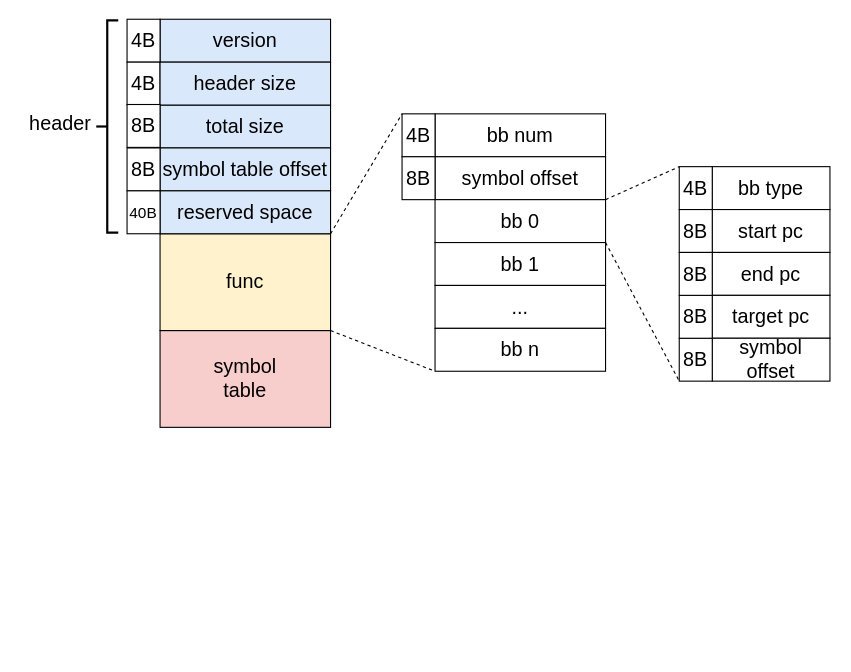
liyp1120/draw.io keeps this draw.io diagram as cfg 二进制布局设计.drawio. Above is the earlier version. Source tidied: cells renumbered, new cells numbered last; positions are measured from the earlier drawing's top-left corner, leaving out a move shared by most shapes. Both pictures are drawn from the tidied source at 110%, with x=0, y=0 at pixel (19, 19).
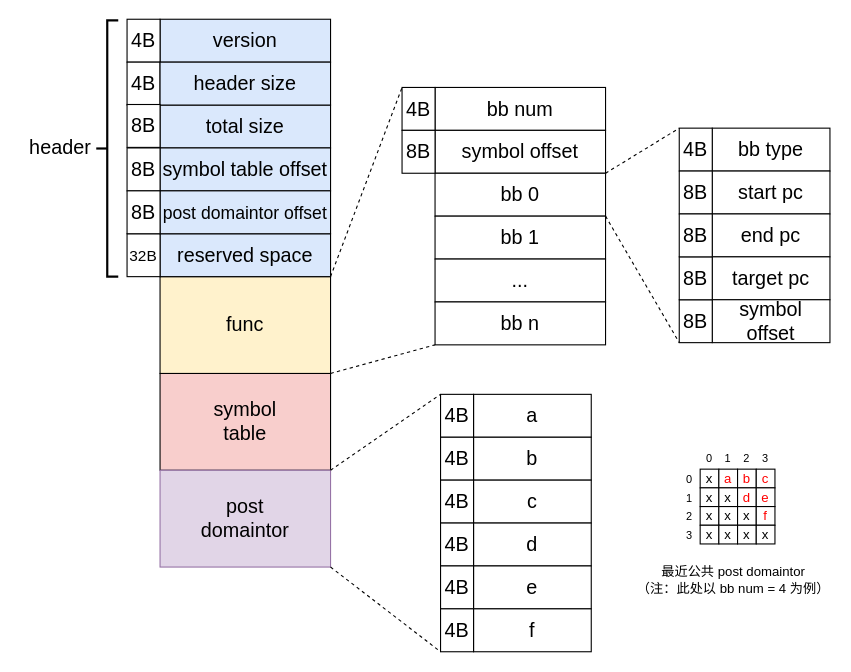
The same diagram, later.

Commit message:
更新cfg 二进制布局设计.drawio

The edit, as a diff of the source:
```diff
@@
     <mxCell id="4" value="&lt;font style=&quot;font-size: 18px;&quot;&gt;bb num&lt;/font&gt;" style="rounded=0;whiteSpace=wrap;html=1;" parent="1" vertex="1">
-      <mxGeometry x="378" y="86" width="155" height="39" as="geometry" />
+      <mxGeometry x="378" y="62" width="155" height="39" as="geometry" />
     </mxCell>
     <mxCell id="5" value="&lt;font style=&quot;font-size: 18px;&quot;&gt;symbol&lt;br&gt;table&lt;br&gt;&lt;/font&gt;" style="rounded=0;whiteSpace=wrap;html=1;fillColor=#f8cecc;strokeColor=default;" parent="1" vertex="1">
-      <mxGeometry x="128" y="283" width="155" height="88" as="geometry" />
+      <mxGeometry x="128" y="322" width="155" height="88" as="geometry" />
     </mxCell>
     <mxCell id="6" value="&lt;font style=&quot;font-size: 18px;&quot;&gt;func&lt;/font&gt;" style="rounded=0;whiteSpace=wrap;html=1;fillColor=#fff2cc;strokeColor=default;" parent="1" vertex="1">
-      <mxGeometry x="128" y="195" width="155" height="88" as="geometry" />
+      <mxGeometry x="128" y="234" width="155" height="88" as="geometry" />
     </mxCell>
     <mxCell id="7" style="strokeWidth=2;html=1;shape=mxgraph.flowchart.annotation_2;align=left;labelPosition=right;" parent="1" vertex="1">
-      <mxGeometry x="70" y="1" width="20" height="193" as="geometry" />
+      <mxGeometry x="70" y="1" width="20" height="233" as="geometry" />
     </mxCell>
     <mxCell id="8" value="&lt;font style=&quot;font-size: 18px;&quot;&gt;header&lt;/font&gt;" style="text;html=1;align=center;verticalAlign=middle;strokeColor=none;fillColor=none;" parent="1" vertex="1">
-      <mxGeometry y="78" width="74" height="34" as="geometry" />
+      <mxGeometry y="100" width="74" height="34" as="geometry" />
     </mxCell>
     <mxCell id="9" value="&lt;font style=&quot;font-size: 18px;&quot;&gt;symbol offset&lt;/font&gt;" style="rounded=0;whiteSpace=wrap;html=1;" parent="1" vertex="1">
-      <mxGeometry x="378" y="125" width="155" height="39" as="geometry" />
+      <mxGeometry x="378" y="101" width="155" height="39" as="geometry" />
     </mxCell>
     <mxCell id="10" value="&lt;font style=&quot;font-size: 18px;&quot;&gt;bb 0&lt;/font&gt;" style="rounded=0;whiteSpace=wrap;html=1;" parent="1" vertex="1">
-      <mxGeometry x="378" y="164" width="155" height="39" as="geometry" />
+      <mxGeometry x="378" y="140" width="155" height="39" as="geometry" />
     </mxCell>
     <mxCell id="11" value="&lt;font style=&quot;font-size: 18px;&quot;&gt;bb 1&lt;/font&gt;" style="rounded=0;whiteSpace=wrap;html=1;" parent="1" vertex="1">
-      <mxGeometry x="378" y="203" width="155" height="39" as="geometry" />
+      <mxGeometry x="378" y="179" width="155" height="39" as="geometry" />
     </mxCell>
     <mxCell id="12" value="&lt;font style=&quot;font-size: 18px;&quot;&gt;...&lt;/font&gt;" style="rounded=0;whiteSpace=wrap;html=1;" parent="1" vertex="1">
-      <mxGeometry x="378" y="242" width="155" height="39" as="geometry" />
+      <mxGeometry x="378" y="218" width="155" height="39" as="geometry" />
     </mxCell>
     <mxCell id="13" value="&lt;font style=&quot;font-size: 18px;&quot;&gt;bb n&lt;/font&gt;" style="rounded=0;whiteSpace=wrap;html=1;" parent="1" vertex="1">
-      <mxGeometry x="378" y="281" width="155" height="39" as="geometry" />
+      <mxGeometry x="378" y="257" width="155" height="39" as="geometry" />
     </mxCell>
     <mxCell id="14" value="&lt;font style=&quot;font-size: 18px;&quot;&gt;bb type&lt;/font&gt;" style="rounded=0;whiteSpace=wrap;html=1;" parent="1" vertex="1">
-      <mxGeometry x="630" y="134" width="107" height="39" as="geometry" />
+      <mxGeometry x="630" y="99" width="107" height="39" as="geometry" />
     </mxCell>
     <mxCell id="15" value="&lt;font style=&quot;font-size: 18px;&quot;&gt;start pc&lt;/font&gt;" style="rounded=0;whiteSpace=wrap;html=1;" parent="1" vertex="1">
-      <mxGeometry x="630" y="173" width="107" height="39" as="geometry" />
+      <mxGeometry x="630" y="138" width="107" height="39" as="geometry" />
     </mxCell>
     <mxCell id="16" value="&lt;font style=&quot;font-size: 18px;&quot;&gt;end pc&lt;/font&gt;" style="rounded=0;whiteSpace=wrap;html=1;" parent="1" vertex="1">
-      <mxGeometry x="630" y="212" width="107" height="39" as="geometry" />
+      <mxGeometry x="630" y="177" width="107" height="39" as="geometry" />
     </mxCell>
     <mxCell id="17" value="&lt;font style=&quot;font-size: 18px;&quot;&gt;target pc&lt;/font&gt;" style="rounded=0;whiteSpace=wrap;html=1;" parent="1" vertex="1">
-      <mxGeometry x="630" y="251" width="107" height="39" as="geometry" />
+      <mxGeometry x="630" y="216" width="107" height="39" as="geometry" />
     </mxCell>
     <mxCell id="18" value="&lt;font style=&quot;font-size: 18px;&quot;&gt;symbol offset&lt;/font&gt;" style="rounded=0;whiteSpace=wrap;html=1;" parent="1" vertex="1">
-      <mxGeometry x="630" y="290" width="107" height="39" as="geometry" />
+      <mxGeometry x="630" y="255" width="107" height="39" as="geometry" />
     </mxCell>
@@
     <mxCell id="22" value="&lt;font style=&quot;font-size: 18px;&quot;&gt;4B&lt;/font&gt;" style="rounded=0;whiteSpace=wrap;html=1;" parent="1" vertex="1">
-      <mxGeometry x="348" y="86" width="30" height="39" as="geometry" />
+      <mxGeometry x="348" y="62" width="30" height="39" as="geometry" />
     </mxCell>
@@
     <mxCell id="24" value="&lt;font style=&quot;font-size: 18px;&quot;&gt;4B&lt;/font&gt;" style="rounded=0;whiteSpace=wrap;html=1;" parent="1" vertex="1">
-      <mxGeometry x="600" y="134" width="30" height="39" as="geometry" />
+      <mxGeometry x="600" y="99" width="30" height="39" as="geometry" />
     </mxCell>
     <mxCell id="25" value="&lt;font style=&quot;font-size: 18px;&quot;&gt;8B&lt;/font&gt;" style="rounded=0;whiteSpace=wrap;html=1;" parent="1" vertex="1">
-      <mxGeometry x="348" y="125" width="30" height="39" as="geometry" />
+      <mxGeometry x="348" y="101" width="30" height="39" as="geometry" />
     </mxCell>
@@
     <mxCell id="28" value="&lt;font style=&quot;font-size: 18px;&quot;&gt;8B&lt;/font&gt;" style="rounded=0;whiteSpace=wrap;html=1;" parent="1" vertex="1">
-      <mxGeometry x="600" y="290" width="30" height="39" as="geometry" />
+      <mxGeometry x="600" y="255" width="30" height="39" as="geometry" />
     </mxCell>
     <mxCell id="29" value="&lt;font style=&quot;font-size: 18px;&quot;&gt;8B&lt;/font&gt;" style="rounded=0;whiteSpace=wrap;html=1;" parent="1" vertex="1">
-      <mxGeometry x="600" y="251" width="30" height="39" as="geometry" />
+      <mxGeometry x="600" y="216" width="30" height="39" as="geometry" />
     </mxCell>
     <mxCell id="30" value="&lt;font style=&quot;font-size: 18px;&quot;&gt;8B&lt;/font&gt;" style="rounded=0;whiteSpace=wrap;html=1;" parent="1" vertex="1">
-      <mxGeometry x="600" y="173" width="30" height="39" as="geometry" />
+      <mxGeometry x="600" y="138" width="30" height="39" as="geometry" />
     </mxCell>
     <mxCell id="31" value="&lt;font style=&quot;font-size: 18px;&quot;&gt;8B&lt;/font&gt;" style="rounded=0;whiteSpace=wrap;html=1;" parent="1" vertex="1">
-      <mxGeometry x="600" y="212" width="30" height="39" as="geometry" />
+      <mxGeometry x="600" y="177" width="30" height="39" as="geometry" />
     </mxCell>
@@
     <mxCell id="36" value="&lt;font style=&quot;font-size: 18px;&quot;&gt;reserved space&lt;/font&gt;" style="rounded=0;whiteSpace=wrap;html=1;fillColor=#dae8fc;strokeColor=default;" parent="1" vertex="1">
-      <mxGeometry x="128" y="156" width="155" height="39" as="geometry" />
+      <mxGeometry x="128" y="195" width="155" height="39" as="geometry" />
     </mxCell>
-    <mxCell id="37" value="&lt;font style=&quot;font-size: 14px;&quot;&gt;40B&lt;/font&gt;" style="rounded=0;whiteSpace=wrap;html=1;" parent="1" vertex="1">
-      <mxGeometry x="98" y="156" width="30" height="39" as="geometry" />
+    <mxCell id="37" value="&lt;font style=&quot;font-size: 14px;&quot;&gt;32B&lt;/font&gt;" style="rounded=0;whiteSpace=wrap;html=1;" parent="1" vertex="1">
+      <mxGeometry x="98" y="195" width="30" height="39" as="geometry" />
     </mxCell>
+    <mxCell id="38" value="&lt;font style=&quot;font-size: 16px;&quot;&gt;post domaintor offset&lt;/font&gt;" style="rounded=0;whiteSpace=wrap;html=1;fillColor=#dae8fc;strokeColor=default;" parent="1" vertex="1">
+      <mxGeometry x="128" y="156" width="155" height="39" as="geometry" />
+    </mxCell>
+    <mxCell id="39" value="&lt;font style=&quot;font-size: 18px;&quot;&gt;8B&lt;/font&gt;" style="rounded=0;whiteSpace=wrap;html=1;" parent="1" vertex="1">
+      <mxGeometry x="98" y="156" width="30" height="39" as="geometry" />
+    </mxCell>
+    <mxCell id="40" value="&lt;font style=&quot;font-size: 18px;&quot;&gt;post&lt;br&gt;domaintor&lt;br&gt;&lt;/font&gt;" style="rounded=0;whiteSpace=wrap;html=1;fillColor=#e1d5e7;strokeColor=#9673a6;" parent="1" vertex="1">
+      <mxGeometry x="128" y="410" width="155" height="88" as="geometry" />
+    </mxCell>
+    <mxCell id="41" style="group;" parent="1" vertex="1">
+      <mxGeometry x="601" y="390" width="86" height="87" as="geometry" />
+    </mxCell>
+    <mxCell id="42" value="x" style="whiteSpace=wrap;html=1;" parent="41" vertex="1">
+      <mxGeometry x="18" y="19" width="17" height="17" as="geometry" />
+    </mxCell>
+    <mxCell id="43" value="&lt;font color=&quot;#ff0000&quot;&gt;a&lt;/font&gt;" style="whiteSpace=wrap;html=1;" parent="41" vertex="1">
+      <mxGeometry x="35" y="19" width="17" height="17" as="geometry" />
+    </mxCell>
+    <mxCell id="44" value="x" style="whiteSpace=wrap;html=1;" parent="41" vertex="1">
+      <mxGeometry x="18" y="36" width="17" height="17" as="geometry" />
+    </mxCell>
+    <mxCell id="45" value="x" style="whiteSpace=wrap;html=1;" parent="41" vertex="1">
+      <mxGeometry x="35" y="36" width="17" height="17" as="geometry" />
+    </mxCell>
+    <mxCell id="46" value="&lt;font color=&quot;#ff0000&quot;&gt;b&lt;/font&gt;" style="whiteSpace=wrap;html=1;" parent="41" vertex="1">
+      <mxGeometry x="52" y="19" width="17" height="17" as="geometry" />
+    </mxCell>
+    <mxCell id="47" value="&lt;font color=&quot;#ff0000&quot;&gt;c&lt;/font&gt;" style="whiteSpace=wrap;html=1;" parent="41" vertex="1">
+      <mxGeometry x="69" y="19" width="17" height="17" as="geometry" />
+    </mxCell>
+    <mxCell id="48" value="&lt;font color=&quot;#ff0000&quot;&gt;d&lt;/font&gt;" style="whiteSpace=wrap;html=1;" parent="41" vertex="1">
+      <mxGeometry x="52" y="36" width="17" height="17" as="geometry" />
+    </mxCell>
+    <mxCell id="49" value="&lt;font color=&quot;#ff0000&quot;&gt;e&lt;/font&gt;" style="whiteSpace=wrap;html=1;" parent="41" vertex="1">
+      <mxGeometry x="69" y="36" width="17" height="17" as="geometry" />
+    </mxCell>
+    <mxCell id="50" value="x" style="whiteSpace=wrap;html=1;" parent="41" vertex="1">
+      <mxGeometry x="18" y="53" width="17" height="17" as="geometry" />
+    </mxCell>
+    <mxCell id="51" value="x" style="whiteSpace=wrap;html=1;" parent="41" vertex="1">
+      <mxGeometry x="35" y="53" width="17" height="17" as="geometry" />
+    </mxCell>
+    <mxCell id="52" value="x" style="whiteSpace=wrap;html=1;" parent="41" vertex="1">
+      <mxGeometry x="18" y="70" width="17" height="17" as="geometry" />
+    </mxCell>
+    <mxCell id="53" value="x" style="whiteSpace=wrap;html=1;" parent="41" vertex="1">
+      <mxGeometry x="35" y="70" width="17" height="17" as="geometry" />
+    </mxCell>
+    <mxCell id="54" value="x" style="whiteSpace=wrap;html=1;" parent="41" vertex="1">
+      <mxGeometry x="52" y="53" width="17" height="17" as="geometry" />
+    </mxCell>
+    <mxCell id="55" value="&lt;font color=&quot;#ff0000&quot;&gt;f&lt;/font&gt;" style="whiteSpace=wrap;html=1;" parent="41" vertex="1">
+      <mxGeometry x="69" y="53" width="17" height="17" as="geometry" />
+    </mxCell>
+    <mxCell id="56" value="x" style="whiteSpace=wrap;html=1;" parent="41" vertex="1">
+      <mxGeometry x="52" y="70" width="17" height="17" as="geometry" />
+    </mxCell>
+    <mxCell id="57" value="x" style="whiteSpace=wrap;html=1;" parent="41" vertex="1">
+      <mxGeometry x="69" y="70" width="17" height="17" as="geometry" />
+    </mxCell>
+    <mxCell id="58" value="&lt;font style=&quot;font-size: 10px;&quot;&gt;0&lt;/font&gt;" style="whiteSpace=wrap;html=1;strokeColor=none;" parent="41" vertex="1">
+      <mxGeometry y="19" width="17" height="17" as="geometry" />
+    </mxCell>
+    <mxCell id="59" value="&lt;font style=&quot;font-size: 10px;&quot;&gt;1&lt;/font&gt;" style="whiteSpace=wrap;html=1;strokeColor=none;" parent="41" vertex="1">
+      <mxGeometry y="36" width="17" height="17" as="geometry" />
+    </mxCell>
+    <mxCell id="60" value="&lt;font style=&quot;font-size: 10px;&quot;&gt;2&lt;/font&gt;" style="whiteSpace=wrap;html=1;strokeColor=none;" parent="41" vertex="1">
+      <mxGeometry y="53" width="17" height="17" as="geometry" />
+    </mxCell>
+    <mxCell id="61" value="&lt;font style=&quot;font-size: 10px;&quot;&gt;3&lt;/font&gt;" style="whiteSpace=wrap;html=1;strokeColor=none;" parent="41" vertex="1">
+      <mxGeometry y="70" width="17" height="17" as="geometry" />
+    </mxCell>
+    <mxCell id="62" value="&lt;font style=&quot;font-size: 10px;&quot;&gt;0&lt;/font&gt;" style="whiteSpace=wrap;html=1;strokeColor=none;" parent="41" vertex="1">
+      <mxGeometry x="18" width="17" height="17" as="geometry" />
+    </mxCell>
+    <mxCell id="63" value="&lt;font style=&quot;font-size: 10px;&quot;&gt;1&lt;/font&gt;" style="whiteSpace=wrap;html=1;strokeColor=none;" parent="41" vertex="1">
+      <mxGeometry x="35" width="17" height="17" as="geometry" />
+    </mxCell>
+    <mxCell id="64" value="&lt;font style=&quot;font-size: 10px;&quot;&gt;2&lt;/font&gt;" style="whiteSpace=wrap;html=1;strokeColor=none;" parent="41" vertex="1">
+      <mxGeometry x="52" width="17" height="17" as="geometry" />
+    </mxCell>
+    <mxCell id="65" value="&lt;font style=&quot;font-size: 10px;&quot;&gt;3&lt;/font&gt;" style="whiteSpace=wrap;html=1;strokeColor=none;" parent="41" vertex="1">
+      <mxGeometry x="69" width="17" height="17" as="geometry" />
+    </mxCell>
+    <mxCell id="66" value="&lt;font style=&quot;font-size: 18px;&quot;&gt;a&lt;/font&gt;" style="rounded=0;whiteSpace=wrap;html=1;" parent="1" vertex="1">
+      <mxGeometry x="413" y="341" width="107" height="39" as="geometry" />
+    </mxCell>
+    <mxCell id="67" value="&lt;font style=&quot;font-size: 18px;&quot;&gt;4B&lt;/font&gt;" style="rounded=0;whiteSpace=wrap;html=1;" parent="1" vertex="1">
+      <mxGeometry x="383" y="341" width="30" height="39" as="geometry" />
+    </mxCell>
+    <mxCell id="68" value="&lt;font style=&quot;font-size: 18px;&quot;&gt;b&lt;/font&gt;" style="rounded=0;whiteSpace=wrap;html=1;" parent="1" vertex="1">
+      <mxGeometry x="413" y="380" width="107" height="39" as="geometry" />
+    </mxCell>
+    <mxCell id="69" value="&lt;font style=&quot;font-size: 18px;&quot;&gt;4B&lt;/font&gt;" style="rounded=0;whiteSpace=wrap;html=1;" parent="1" vertex="1">
+      <mxGeometry x="383" y="380" width="30" height="39" as="geometry" />
+    </mxCell>
+    <mxCell id="70" value="&lt;font style=&quot;font-size: 18px;&quot;&gt;c&lt;/font&gt;" style="rounded=0;whiteSpace=wrap;html=1;" parent="1" vertex="1">
+      <mxGeometry x="413" y="419" width="107" height="39" as="geometry" />
+    </mxCell>
+    <mxCell id="71" value="&lt;font style=&quot;font-size: 18px;&quot;&gt;4B&lt;/font&gt;" style="rounded=0;whiteSpace=wrap;html=1;" parent="1" vertex="1">
+      <mxGeometry x="383" y="419" width="30" height="39" as="geometry" />
+    </mxCell>
+    <mxCell id="72" value="&lt;font style=&quot;font-size: 18px;&quot;&gt;d&lt;/font&gt;" style="rounded=0;whiteSpace=wrap;html=1;" parent="1" vertex="1">
+      <mxGeometry x="413" y="458" width="107" height="39" as="geometry" />
+    </mxCell>
+    <mxCell id="73" value="&lt;font style=&quot;font-size: 18px;&quot;&gt;4B&lt;/font&gt;" style="rounded=0;whiteSpace=wrap;html=1;" parent="1" vertex="1">
+      <mxGeometry x="383" y="458" width="30" height="39" as="geometry" />
+    </mxCell>
+    <mxCell id="74" value="&lt;font style=&quot;font-size: 18px;&quot;&gt;e&lt;/font&gt;" style="rounded=0;whiteSpace=wrap;html=1;" parent="1" vertex="1">
+      <mxGeometry x="413" y="497" width="107" height="39" as="geometry" />
+    </mxCell>
+    <mxCell id="75" value="&lt;font style=&quot;font-size: 18px;&quot;&gt;4B&lt;/font&gt;" style="rounded=0;whiteSpace=wrap;html=1;" parent="1" vertex="1">
+      <mxGeometry x="383" y="497" width="30" height="39" as="geometry" />
+    </mxCell>
+    <mxCell id="76" value="&lt;font style=&quot;font-size: 18px;&quot;&gt;f&lt;/font&gt;" style="rounded=0;whiteSpace=wrap;html=1;" parent="1" vertex="1">
+      <mxGeometry x="413" y="536" width="107" height="39" as="geometry" />
+    </mxCell>
+    <mxCell id="77" value="&lt;font style=&quot;font-size: 18px;&quot;&gt;4B&lt;/font&gt;" style="rounded=0;whiteSpace=wrap;html=1;" parent="1" vertex="1">
+      <mxGeometry x="383" y="536" width="30" height="39" as="geometry" />
+    </mxCell>
+    <mxCell id="78" style="rounded=0;jettySize=auto;html=1;exitX=1;exitY=0;exitDx=0;exitDy=0;entryX=0;entryY=0;entryDx=0;entryDy=0;endArrow=none;dashed=1;" parent="1" edge="1" source="40" target="67">
+      <mxGeometry relative="1" as="geometry" />
+    </mxCell>
+    <mxCell id="79" style="rounded=0;jettySize=auto;html=1;exitX=1;exitY=1;exitDx=0;exitDy=0;entryX=0;entryY=1;entryDx=0;entryDy=0;endArrow=none;dashed=1;" parent="1" edge="1" source="40" target="77">
+      <mxGeometry relative="1" as="geometry" />
+    </mxCell>
+    <mxCell id="80" value="最近公共 post domaintor&lt;br&gt;（注：此处以 bb num = 4 为例）" style="rounded=0;whiteSpace=wrap;html=1;strokeColor=none;" parent="1" vertex="1">
+      <mxGeometry x="559" y="489" width="181" height="41" as="geometry" />
+    </mxCell>
```
